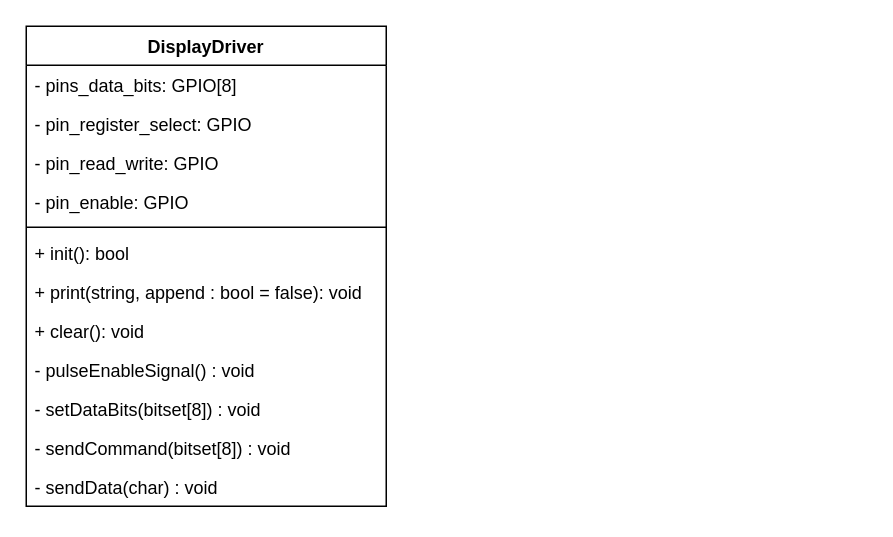
This is diagrams/display-driver.drawio from LasseGoransson/ESD-E2020, a draw.io file, before an edit. Source tidied: cells renumbered, new cells numbered last; positions are measured from the earlier drawing's top-left corner, leaving out a move shared by most shapes. Both pictures are drawn from the tidied source at 150%, with x=0, y=0 at pixel (26, 26).
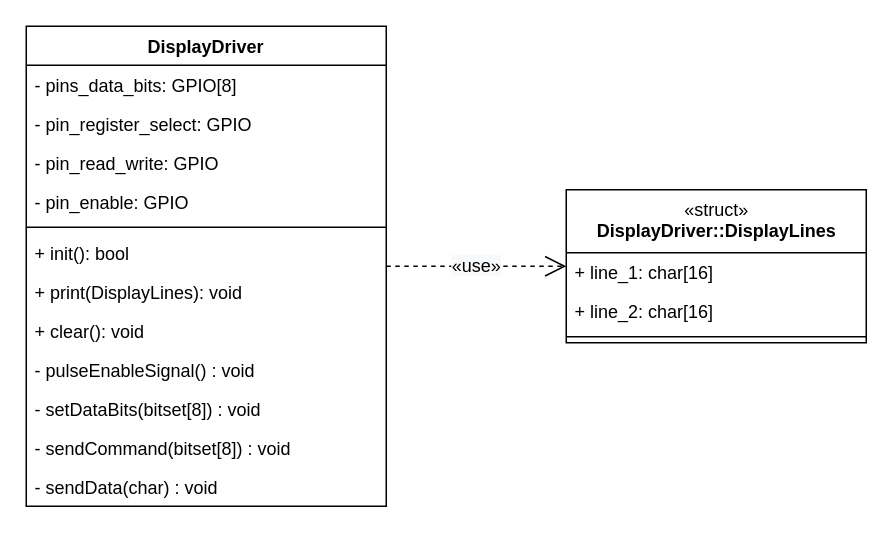
Above is the later version.

Commit message (it also covers changes not shown here):
Added DisplayDriver class diagrams

The change refers to these unchanged cells:
```xml
<mxCell id="2" value="DisplayDriver" style="swimlane;fontStyle=1;align=center;verticalAlign=top;horizontal=1;startSize=26;" parent="1" vertex="1">
  <mxGeometry width="240" height="320" as="geometry" />
</mxCell>
```

What changed in the source:
```diff
@@
-    <mxCell id="9" value="+ print(string, append : bool = false): void" style="text;strokeColor=none;fillColor=none;align=left;verticalAlign=top;spacingLeft=4;spacingRight=4;overflow=hidden;" parent="2" vertex="1">
+    <mxCell id="9" value="+ print(DisplayLines): void" style="text;strokeColor=none;fillColor=none;align=left;verticalAlign=top;spacingLeft=4;spacingRight=4;overflow=hidden;" parent="2" vertex="1">
       <mxGeometry y="164" width="240" height="26" as="geometry" />
     </mxCell>
@@
+    <mxCell id="15" value="&lt;span style=&quot;font-size: 12px ; background-color: rgb(248 , 249 , 250)&quot;&gt;«use»&lt;/span&gt;" style="endArrow=open;endSize=12;dashed=1;html=1;" parent="1" edge="1" source="2" target="16">
+      <mxGeometry relative="1" as="geometry">
+        <Array as="points">
+          <mxPoint x="310" y="160" />
+        </Array>
+      </mxGeometry>
+    </mxCell>
+    <mxCell id="16" value="&lt;span style=&quot;font-weight: normal&quot;&gt;«struct»&lt;br&gt;&lt;/span&gt;DisplayDriver::DisplayLines" style="swimlane;fontStyle=1;align=center;verticalAlign=top;horizontal=1;startSize=42;html=1;" parent="1" vertex="1">
+      <mxGeometry x="360" y="109" width="200" height="102" as="geometry" />
+    </mxCell>
+    <mxCell id="17" value="+ line_1: char[16]" style="text;strokeColor=none;fillColor=none;align=left;verticalAlign=top;spacingLeft=4;spacingRight=4;overflow=hidden;" parent="16" vertex="1">
+      <mxGeometry y="42" width="200" height="26" as="geometry" />
+    </mxCell>
+    <mxCell id="18" value="+ line_2: char[16]" style="text;strokeColor=none;fillColor=none;align=left;verticalAlign=top;spacingLeft=4;spacingRight=4;overflow=hidden;" parent="16" vertex="1">
+      <mxGeometry y="68" width="200" height="26" as="geometry" />
+    </mxCell>
+    <mxCell id="19" style="line;strokeWidth=1;fillColor=none;align=left;verticalAlign=middle;spacingTop=-1;spacingLeft=3;spacingRight=3;labelPosition=right;" parent="16" vertex="1">
+      <mxGeometry y="94" width="200" height="8" as="geometry" />
+    </mxCell>
```
